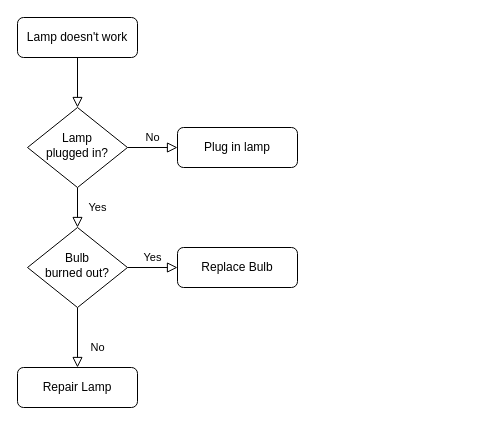
littlelady2015/yctea keeps this draw.io diagram as singleElementDIff.drawio. Above is the earlier version. Source tidied: cells renumbered, new cells numbered last; positions are measured from the earlier drawing's top-left corner, leaving out a move shared by most shapes. Both pictures are drawn from the tidied source at 100%, with x=0, y=0 at pixel (17, 17).
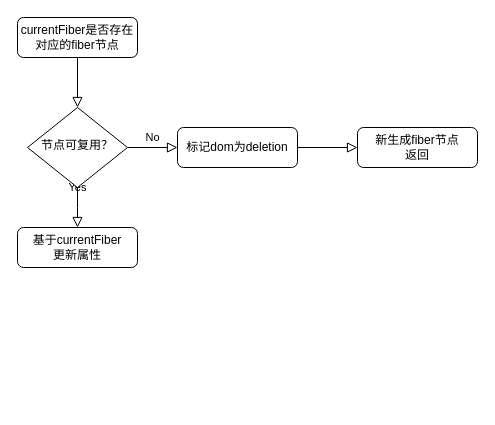
The same diagram, later.

What changed in the source:
```diff
@@
 <mxGraphModel>
   <root>
     <mxCell id="0" />
     <mxCell id="1" parent="0" />
     <mxCell id="2" style="rounded=0;html=1;jettySize=auto;fontSize=11;endArrow=block;endFill=0;endSize=8;strokeWidth=1;shadow=0;labelBackgroundColor=none;edgeStyle=orthogonalEdgeStyle;" parent="1" edge="1" source="3" target="6">
       <mxGeometry relative="1" as="geometry" />
     </mxCell>
-    <mxCell id="3" value="Lamp doesn't work" style="rounded=1;whiteSpace=wrap;html=1;fontSize=12;glass=0;strokeWidth=1;shadow=0;" parent="1" vertex="1">
+    <mxCell id="3" value="currentFiber是否存在对应的fiber节点" style="rounded=1;whiteSpace=wrap;html=1;fontSize=12;glass=0;strokeWidth=1;shadow=0;" parent="1" vertex="1">
       <mxGeometry width="120" height="40" as="geometry" />
     </mxCell>
-    <mxCell id="4" value="Yes" style="rounded=0;html=1;jettySize=auto;fontSize=11;endArrow=block;endFill=0;endSize=8;strokeWidth=1;shadow=0;labelBackgroundColor=none;edgeStyle=orthogonalEdgeStyle;" parent="1" edge="1" source="6" target="10">
-      <mxGeometry y="20" relative="1" as="geometry" />
+    <mxCell id="4" value="Yes" style="rounded=0;html=1;jettySize=auto;fontSize=11;endArrow=block;endFill=0;endSize=8;strokeWidth=1;shadow=0;labelBackgroundColor=none;edgeStyle=orthogonalEdgeStyle;" parent="1" edge="1" source="6">
+      <mxGeometry y="20" relative="1" as="geometry">
+        <mxPoint x="60" y="210" as="targetPoint" />
+      </mxGeometry>
     </mxCell>
     <mxCell id="5" value="No" style="edgeStyle=orthogonalEdgeStyle;rounded=0;html=1;jettySize=auto;fontSize=11;endArrow=block;endFill=0;endSize=8;strokeWidth=1;shadow=0;labelBackgroundColor=none;" parent="1" edge="1" source="6" target="7">
       <mxGeometry y="10" relative="1" as="geometry" />
     </mxCell>
-    <mxCell id="6" value="Lamp&lt;br&gt;plugged in?" style="rhombus;whiteSpace=wrap;html=1;shadow=0;fontFamily=Helvetica;fontSize=12;align=center;strokeWidth=1;spacing=6;spacingTop=-4;" parent="1" vertex="1">
+    <mxCell id="6" value="节点可复用？" style="rhombus;whiteSpace=wrap;html=1;shadow=0;fontFamily=Helvetica;fontSize=12;align=center;strokeWidth=1;spacing=6;spacingTop=-4;" parent="1" vertex="1">
       <mxGeometry x="10" y="90" width="100" height="80" as="geometry" />
     </mxCell>
-    <mxCell id="7" value="Plug in lamp" style="rounded=1;whiteSpace=wrap;html=1;fontSize=12;glass=0;strokeWidth=1;shadow=0;" parent="1" vertex="1">
+    <mxCell id="7" value="标记dom为deletion" style="rounded=1;whiteSpace=wrap;html=1;fontSize=12;glass=0;strokeWidth=1;shadow=0;" parent="1" vertex="1">
       <mxGeometry x="160" y="110" width="120" height="40" as="geometry" />
     </mxCell>
-    <mxCell id="8" value="No" style="rounded=0;html=1;jettySize=auto;fontSize=11;endArrow=block;endFill=0;endSize=8;strokeWidth=1;shadow=0;labelBackgroundColor=none;edgeStyle=orthogonalEdgeStyle;" parent="1" edge="1" source="10" target="11">
-      <mxGeometry x="0.33" y="20" relative="1" as="geometry" />
-    </mxCell>
-    <mxCell id="9" value="Yes" style="edgeStyle=orthogonalEdgeStyle;rounded=0;html=1;jettySize=auto;fontSize=11;endArrow=block;endFill=0;endSize=8;strokeWidth=1;shadow=0;labelBackgroundColor=none;" parent="1" edge="1" source="10" target="12">
-      <mxGeometry y="10" relative="1" as="geometry" />
-    </mxCell>
-    <mxCell id="10" value="Bulb&lt;br&gt;burned out?" style="rhombus;whiteSpace=wrap;html=1;shadow=0;fontFamily=Helvetica;fontSize=12;align=center;strokeWidth=1;spacing=6;spacingTop=-4;" parent="1" vertex="1">
-      <mxGeometry x="10" y="210" width="100" height="80" as="geometry" />
-    </mxCell>
-    <mxCell id="11" value="Repair Lamp" style="rounded=1;whiteSpace=wrap;html=1;fontSize=12;glass=0;strokeWidth=1;shadow=0;" parent="1" vertex="1">
-      <mxGeometry y="350" width="120" height="40" as="geometry" />
-    </mxCell>
-    <mxCell id="12" value="Replace Bulb" style="rounded=1;whiteSpace=wrap;html=1;fontSize=12;glass=0;strokeWidth=1;shadow=0;" parent="1" vertex="1">
-      <mxGeometry x="160" y="230" width="120" height="40" as="geometry" />
+    <mxCell id="12" value="基于currentFiber&lt;br&gt;更新属性" style="rounded=1;whiteSpace=wrap;html=1;fontSize=12;glass=0;strokeWidth=1;shadow=0;" parent="1" vertex="1">
+      <mxGeometry y="210" width="120" height="40" as="geometry" />
     </mxCell>
+    <mxCell id="13" value="新生成fiber节点&lt;br&gt;返回" style="rounded=1;whiteSpace=wrap;html=1;fontSize=12;glass=0;strokeWidth=1;shadow=0;" parent="1" vertex="1">
+      <mxGeometry x="340" y="110" width="120" height="40" as="geometry" />
+    </mxCell>
+    <mxCell id="14" style="edgeStyle=orthogonalEdgeStyle;rounded=0;html=1;jettySize=auto;fontSize=11;endArrow=block;endFill=0;endSize=8;strokeWidth=1;shadow=0;labelBackgroundColor=none;exitX=1;exitY=0.5;exitDx=0;exitDy=0;entryX=0;entryY=0.5;entryDx=0;entryDy=0;" parent="1" edge="1" source="7" target="13">
+      <mxGeometry y="10" relative="1" as="geometry" />
+    </mxCell>
   </root>
 </mxGraphModel>
```
